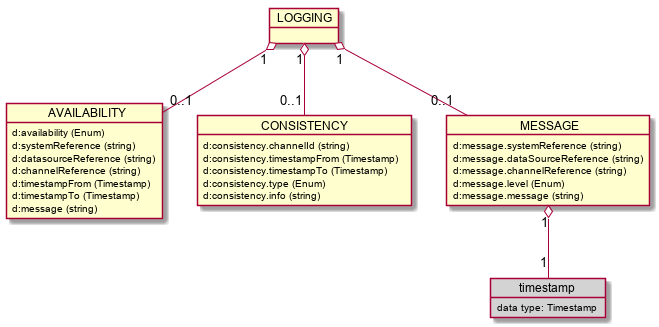
This is images/generated/rcmdx_logging_group.png from OpenRailAssociation/rcm-dx, a PlantUML export, as it was before one commit.
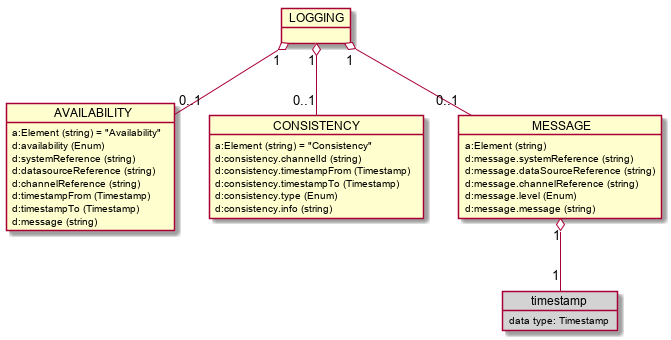
The same diagram one commit later.

The edit, as a diff of the source:
```diff
@@ -2,6 +2,7 @@
   object LOGGING
 
   object AVAILABILITY {
+    a:Element (string) = "Availability"
     d:availability (Enum)
     d:systemReference (string)
     d:datasourceReference (string)
@@ -13,6 +14,7 @@
   LOGGING "1" o-- "0..1" AVAILABILITY
 
   object CONSISTENCY {
+    a:Element (string) = "Consistency"
     d:consistency.channelId (string)
     d:consistency.timestampFrom (Timestamp)
     d:consistency.timestampTo (Timestamp)
@@ -22,6 +24,7 @@
   LOGGING "1" o-- "0..1" CONSISTENCY
 
   object MESSAGE {
+    a:Element (string)
     d:message.systemReference (string)
     d:message.dataSourceReference (string)
     d:message.channelReference (string)
```
